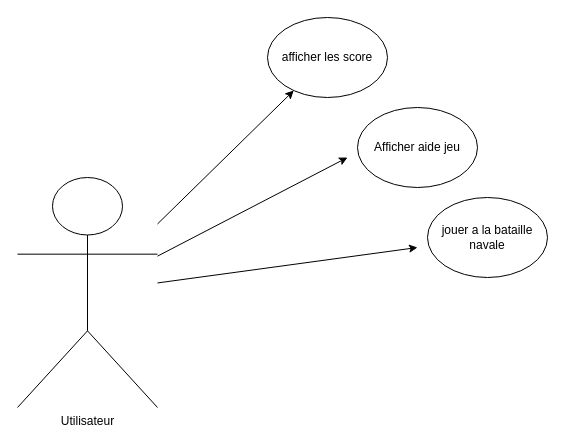
The draw.io diagram Documentation/UseCase.drawio in EthannSchneider/BatailleNaval_ICT431_MA20, before the edit. Source tidied: cells renumbered, new cells numbered last; positions are measured from the earlier drawing's top-left corner, leaving out a move shared by most shapes. Both pictures are drawn from the tidied source at 100%, with x=0, y=0 at pixel (17, 17).
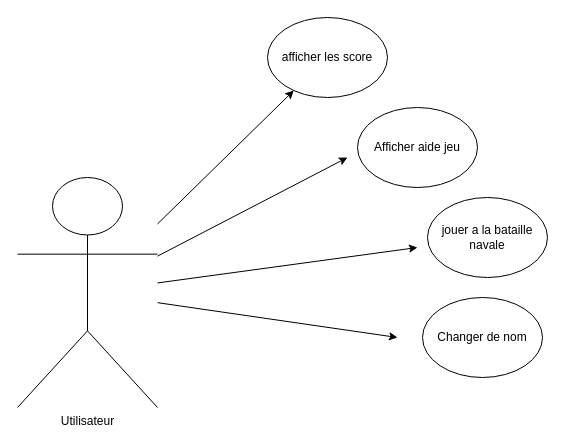
The same diagram, later.

Change to the diagram source:
```diff
@@
 <mxGraphModel>
   <root>
     <mxCell id="0" />
     <mxCell id="1" parent="0" />
     <mxCell id="2" value="Utilisateur&lt;br&gt;" style="shape=umlActor;verticalLabelPosition=bottom;verticalAlign=top;html=1;outlineConnect=0;" parent="1" vertex="1">
       <mxGeometry y="160" width="140" height="230" as="geometry" />
     </mxCell>
     <mxCell id="3" style="endArrow=classic;html=1;" parent="1" edge="1" source="2">
       <mxGeometry relative="1" as="geometry">
         <mxPoint x="330" y="140" as="targetPoint" />
       </mxGeometry>
     </mxCell>
     <mxCell id="4" style="ellipse;whiteSpace=wrap;html=1;" parent="1" vertex="1">
       <mxGeometry x="340" y="90" width="120" height="80" as="geometry" />
     </mxCell>
     <mxCell id="5" value="Afficher aide jeu" style="text;html=1;strokeColor=none;fillColor=none;align=center;verticalAlign=middle;whiteSpace=wrap;rounded=0;" parent="1" vertex="1">
       <mxGeometry x="350" y="120" width="100" height="20" as="geometry" />
     </mxCell>
     <mxCell id="6" style="ellipse;whiteSpace=wrap;html=1;" parent="1" vertex="1">
       <mxGeometry x="410" y="180" width="120" height="80" as="geometry" />
     </mxCell>
     <mxCell id="7" style="ellipse;whiteSpace=wrap;html=1;" parent="1" vertex="1">
       <mxGeometry x="250" width="120" height="80" as="geometry" />
     </mxCell>
     <mxCell id="8" value="jouer a la bataille navale" style="text;html=1;strokeColor=none;fillColor=none;align=center;verticalAlign=middle;whiteSpace=wrap;rounded=0;" parent="1" vertex="1">
       <mxGeometry x="405" y="210" width="130" height="20" as="geometry" />
     </mxCell>
     <mxCell id="9" value="afficher les score" style="text;html=1;strokeColor=none;fillColor=none;align=center;verticalAlign=middle;whiteSpace=wrap;rounded=0;" parent="1" vertex="1">
       <mxGeometry x="260" y="30" width="100" height="20" as="geometry" />
     </mxCell>
     <mxCell id="10" style="endArrow=classic;html=1;" parent="1" edge="1" source="2">
       <mxGeometry relative="1" as="geometry">
         <mxPoint x="400" y="230" as="targetPoint" />
       </mxGeometry>
     </mxCell>
     <mxCell id="11" style="endArrow=classic;html=1;" parent="1" edge="1" source="2" target="7">
       <mxGeometry relative="1" as="geometry" />
     </mxCell>
+    <mxCell id="12" style="ellipse;whiteSpace=wrap;html=1;" parent="1" vertex="1">
+      <mxGeometry x="405" y="280" width="120" height="80" as="geometry" />
+    </mxCell>
+    <mxCell id="13" value="Changer de nom" style="text;html=1;strokeColor=none;fillColor=none;align=center;verticalAlign=middle;whiteSpace=wrap;rounded=0;" parent="1" vertex="1">
+      <mxGeometry x="410" y="310" width="110" height="20" as="geometry" />
+    </mxCell>
+    <mxCell id="14" style="endArrow=classic;html=1;" parent="1" edge="1" source="2">
+      <mxGeometry relative="1" as="geometry">
+        <mxPoint x="380" y="320" as="targetPoint" />
+      </mxGeometry>
+    </mxCell>
   </root>
 </mxGraphModel>
```
